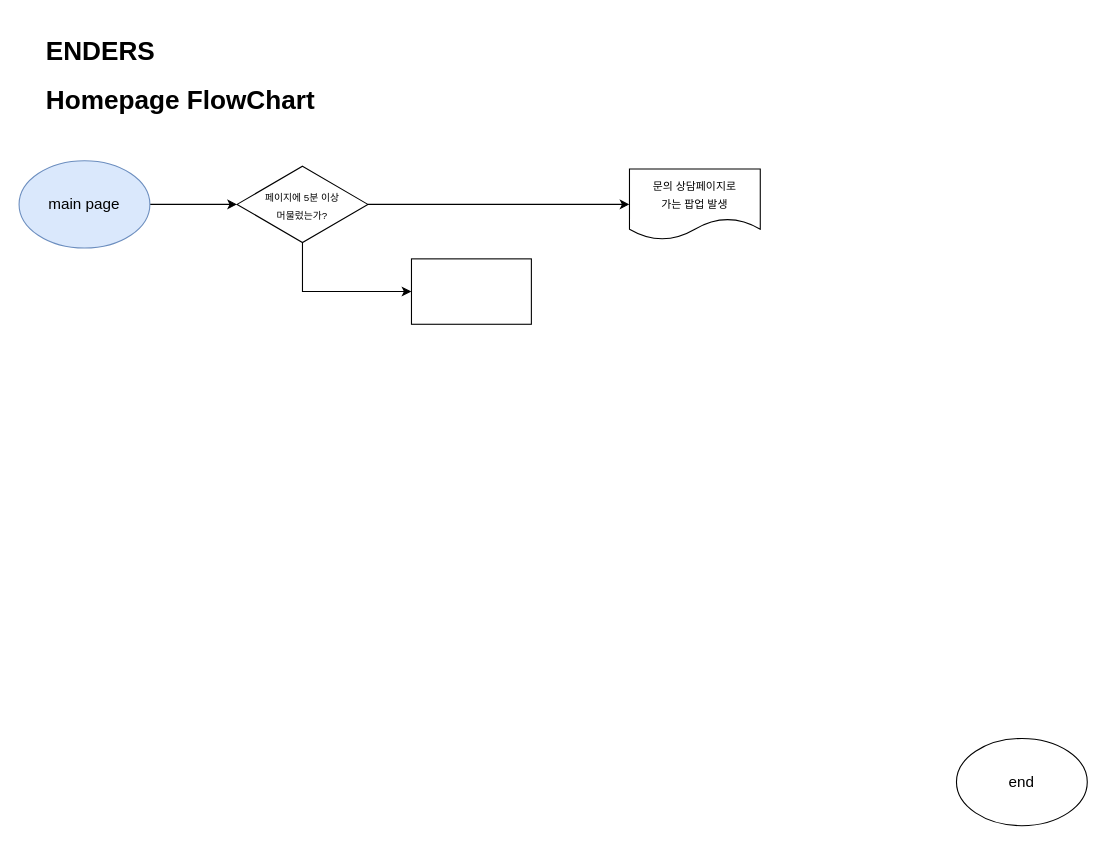
Earlier version of the draw.io diagram Untitled Diagram.drawio (YUNHYEJEONG/ender-s_project). Source tidied: cells renumbered, new cells numbered last; positions are measured from the earlier drawing's top-left corner, leaving out a move shared by most shapes. Both pictures are drawn from the tidied source at 109%, with x=0, y=0 at pixel (19, 29).
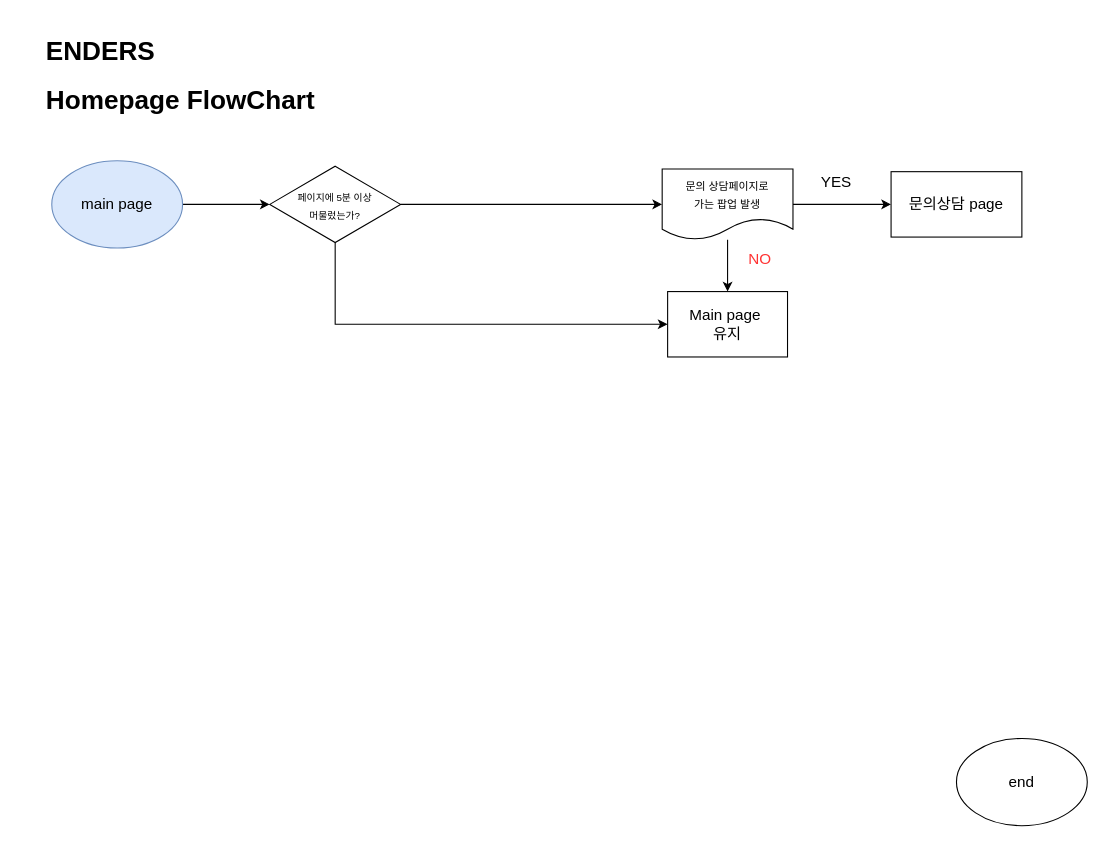
The same diagram, later.

The edit, as a diff of the source:
```diff
@@
 <mxGraphModel>
   <root>
     <mxCell id="0" />
     <mxCell id="1" parent="0" />
     <mxCell id="2" style="edgeStyle=orthogonalEdgeStyle;rounded=0;jettySize=auto;html=1;exitX=1;exitY=0.5;exitDx=0;exitDy=0;entryX=0;entryY=0.5;entryDx=0;entryDy=0;fontSize=14;" parent="1" edge="1" source="3" target="8">
       <mxGeometry relative="1" as="geometry" />
     </mxCell>
     <mxCell id="3" value="main page" style="ellipse;whiteSpace=wrap;html=1;fontSize=14;fillColor=#dae8fc;strokeColor=#6c8ebf;" parent="1" vertex="1">
-      <mxGeometry y="120" width="120" height="80" as="geometry" />
+      <mxGeometry x="30" y="120" width="120" height="80" as="geometry" />
     </mxCell>
     <mxCell id="4" value="&lt;h1&gt;ENDERS&amp;nbsp;&lt;/h1&gt;&lt;h1&gt;Homepage FlowChart&lt;/h1&gt;&lt;p&gt;&lt;br&gt;&lt;/p&gt;" style="text;html=1;strokeColor=none;fillColor=none;spacing=5;spacingTop=-20;whiteSpace=wrap;overflow=hidden;rounded=0;" parent="1" vertex="1">
       <mxGeometry x="20" width="330" height="120" as="geometry" />
     </mxCell>
     <mxCell id="5" value="end" style="ellipse;whiteSpace=wrap;html=1;fontSize=14;" parent="1" vertex="1">
       <mxGeometry x="860" y="650" width="120" height="80" as="geometry" />
     </mxCell>
     <mxCell id="6" style="edgeStyle=orthogonalEdgeStyle;rounded=0;jettySize=auto;html=1;fontSize=14;entryX=0;entryY=0.5;entryDx=0;entryDy=0;" parent="1" edge="1" source="8" target="9">
       <mxGeometry relative="1" as="geometry" />
     </mxCell>
     <mxCell id="7" style="edgeStyle=orthogonalEdgeStyle;rounded=0;jettySize=auto;html=1;fontSize=14;entryX=0;entryY=0.5;entryDx=0;entryDy=0;exitX=0.5;exitY=1;exitDx=0;exitDy=0;" parent="1" edge="1" source="8" target="10">
       <mxGeometry relative="1" as="geometry">
         <Array as="points">
-          <mxPoint x="260" y="240" />
+          <mxPoint x="290" y="270" />
         </Array>
       </mxGeometry>
     </mxCell>
     <mxCell id="8" value="&lt;font style=&quot;font-size: 9px&quot;&gt;페이지에 5분 이상&lt;br&gt;&amp;nbsp;머물렀는가?&amp;nbsp;&lt;/font&gt;" style="rhombus;whiteSpace=wrap;html=1;fontSize=14;" parent="1" vertex="1">
-      <mxGeometry x="200" y="125" width="120" height="70" as="geometry" />
+      <mxGeometry x="230" y="125" width="120" height="70" as="geometry" />
     </mxCell>
+    <mxCell id="11" style="edgeStyle=orthogonalEdgeStyle;rounded=0;jettySize=auto;html=1;fontSize=14;" parent="1" edge="1" source="9" target="13">
+      <mxGeometry relative="1" as="geometry" />
+    </mxCell>
+    <mxCell id="12" style="edgeStyle=orthogonalEdgeStyle;rounded=0;jettySize=auto;html=1;fontSize=14;" parent="1" edge="1" source="9">
+      <mxGeometry relative="1" as="geometry">
+        <mxPoint x="650" y="240" as="targetPoint" />
+      </mxGeometry>
+    </mxCell>
     <mxCell id="9" value="&lt;font style=&quot;font-size: 10px&quot;&gt;문의 상담페이지로 &lt;br&gt;가는 팝업 발생&lt;/font&gt;" style="shape=document;whiteSpace=wrap;html=1;boundedLbl=1;fontSize=14;" parent="1" vertex="1">
-      <mxGeometry x="560" y="127.5" width="120" height="65" as="geometry" />
+      <mxGeometry x="590" y="127.5" width="120" height="65" as="geometry" />
     </mxCell>
-    <mxCell id="10" style="rounded=0;whiteSpace=wrap;html=1;fontSize=14;" parent="1" vertex="1">
-      <mxGeometry x="360" y="210" width="110" height="60" as="geometry" />
+    <mxCell id="10" value="Main page&amp;nbsp;&lt;br&gt;유지" style="rounded=0;whiteSpace=wrap;html=1;fontSize=14;" parent="1" vertex="1">
+      <mxGeometry x="595" y="240" width="110" height="60" as="geometry" />
     </mxCell>
+    <mxCell id="13" value="문의상담 page" style="whiteSpace=wrap;html=1;fontSize=14;" parent="1" vertex="1">
+      <mxGeometry x="800" y="130" width="120" height="60" as="geometry" />
+    </mxCell>
+    <mxCell id="14" value="YES" style="text;html=1;strokeColor=none;fillColor=none;align=center;verticalAlign=middle;whiteSpace=wrap;rounded=0;fontSize=14;" parent="1" vertex="1">
+      <mxGeometry x="730" y="130" width="40" height="20" as="geometry" />
+    </mxCell>
+    <mxCell id="15" style="edgeStyle=orthogonalEdgeStyle;rounded=0;orthogonalLoop=1;jettySize=auto;html=1;exitX=0.5;exitY=1;exitDx=0;exitDy=0;fontSize=14;" parent="1" edge="1" source="14" target="14">
+      <mxGeometry relative="1" as="geometry" />
+    </mxCell>
+    <mxCell id="16" value="NO" style="text;html=1;strokeColor=none;fillColor=none;align=center;verticalAlign=middle;whiteSpace=wrap;rounded=0;fontSize=14;fontColor=#FF3333;" parent="1" vertex="1">
+      <mxGeometry x="660" y="200" width="40" height="20" as="geometry" />
+    </mxCell>
   </root>
 </mxGraphModel>
```
